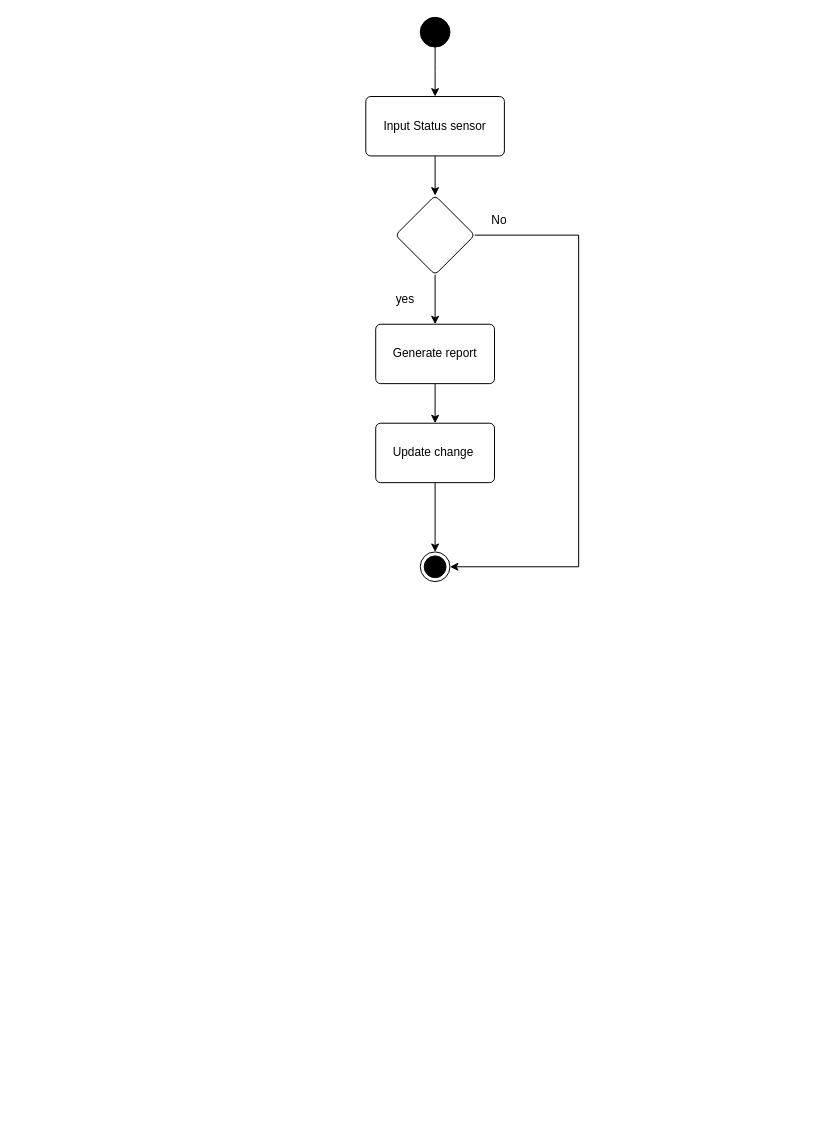
Above: page "Report Management AD" (7 of 11) of doc/PSM.drawio in SNFASA/AI-Fire-Monitoring-System (draw.io), before the change. Source tidied: cells renumbered, new cells numbered last; positions are measured from the earlier drawing's top-left corner, leaving out a move shared by most shapes. Both pictures are drawn from the tidied source at 99%, with x=0, y=0 at pixel (365, 17).
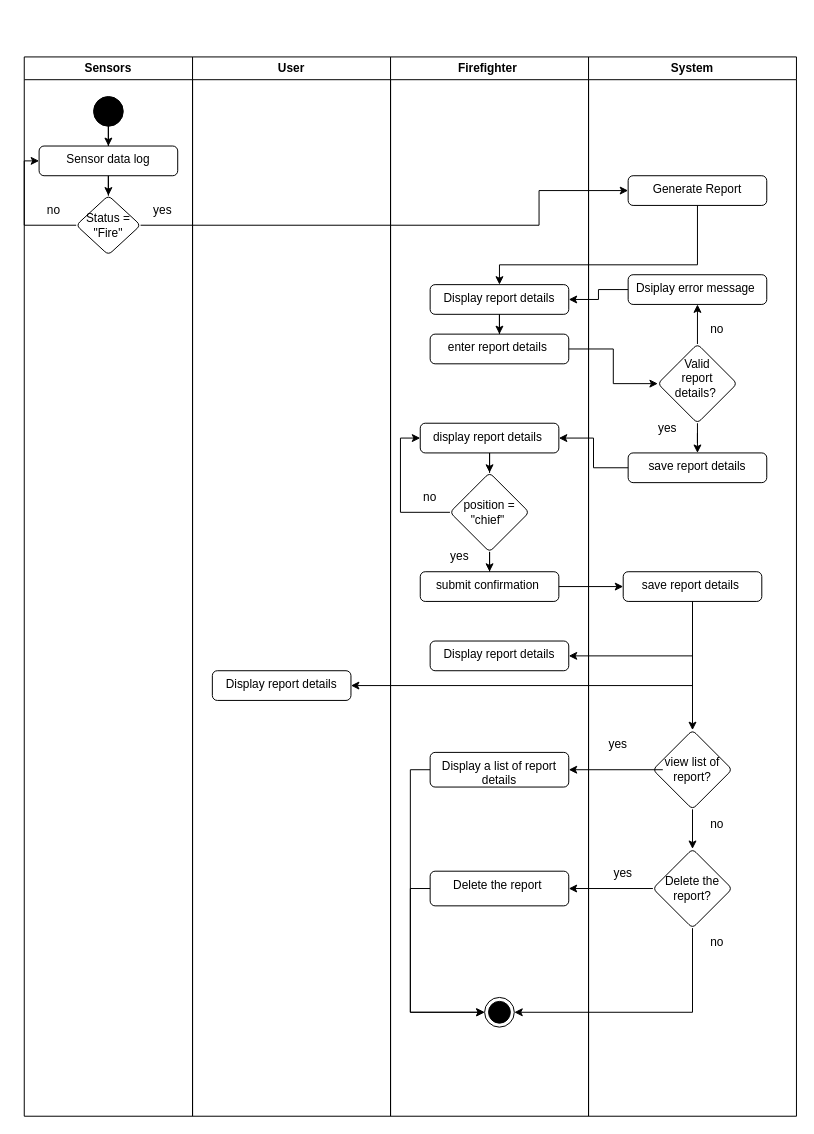
The same diagram, later.

The edit, as a diff of the source:
```diff
@@
-    <mxCell id="2" style="edgeStyle=orthogonalEdgeStyle;rounded=0;jettySize=auto;html=1;" parent="1" edge="1" source="3">
-      <mxGeometry relative="1" as="geometry">
-        <mxPoint x="70" y="80" as="targetPoint" />
-      </mxGeometry>
-    </mxCell>
-    <mxCell id="3" style="ellipse;fillColor=strokeColor;html=1;" parent="1" vertex="1">
-      <mxGeometry x="55" width="30" height="30" as="geometry" />
-    </mxCell>
-    <mxCell id="4" style="edgeStyle=orthogonalEdgeStyle;rounded=0;jettySize=auto;html=1;" parent="1" edge="1" source="5" target="8">
-      <mxGeometry relative="1" as="geometry" />
-    </mxCell>
-    <mxCell id="5" value="Input Status sensor" style="html=1;align=center;verticalAlign=middle;rounded=1;absoluteArcSize=1;arcSize=10;dashed=0;whiteSpace=wrap;" parent="1" vertex="1">
-      <mxGeometry y="80" width="140" height="60" as="geometry" />
-    </mxCell>
-    <mxCell id="6" style="edgeStyle=orthogonalEdgeStyle;rounded=0;jettySize=auto;html=1;" parent="1" edge="1" source="8" target="10">
-      <mxGeometry relative="1" as="geometry" />
-    </mxCell>
-    <mxCell id="7" style="edgeStyle=orthogonalEdgeStyle;rounded=0;jettySize=auto;html=1;entryX=1;entryY=0.5;entryDx=0;entryDy=0;" parent="1" edge="1" source="8" target="12">
-      <mxGeometry relative="1" as="geometry">
-        <Array as="points">
-          <mxPoint x="215" y="220" />
-          <mxPoint x="215" y="555" />
-        </Array>
-      </mxGeometry>
-    </mxCell>
-    <mxCell id="8" style="rhombus;whiteSpace=wrap;html=1;rounded=1;absoluteArcSize=1;arcSize=10;dashed=0;" parent="1" vertex="1">
-      <mxGeometry x="30" y="180" width="80" height="80" as="geometry" />
-    </mxCell>
-    <mxCell id="9" style="edgeStyle=orthogonalEdgeStyle;rounded=0;jettySize=auto;html=1;" parent="1" edge="1" source="10" target="14">
-      <mxGeometry relative="1" as="geometry" />
-    </mxCell>
-    <mxCell id="10" value="Generate report" style="whiteSpace=wrap;html=1;rounded=1;absoluteArcSize=1;arcSize=10;dashed=0;" parent="1" vertex="1">
-      <mxGeometry x="10" y="310" width="120" height="60" as="geometry" />
-    </mxCell>
-    <mxCell id="11" value="yes" style="text;html=1;whiteSpace=wrap;strokeColor=none;fillColor=none;align=center;verticalAlign=middle;rounded=0;" parent="1" vertex="1">
-      <mxGeometry x="10" y="270" width="60" height="30" as="geometry" />
-    </mxCell>
-    <mxCell id="12" style="ellipse;html=1;shape=endState;fillColor=strokeColor;" parent="1" vertex="1">
-      <mxGeometry x="55" y="540" width="30" height="30" as="geometry" />
-    </mxCell>
-    <mxCell id="13" style="edgeStyle=orthogonalEdgeStyle;rounded=0;jettySize=auto;html=1;" parent="1" edge="1" source="14" target="12">
-      <mxGeometry relative="1" as="geometry" />
-    </mxCell>
-    <mxCell id="14" value="Update change&amp;nbsp;" style="whiteSpace=wrap;html=1;rounded=1;absoluteArcSize=1;arcSize=10;dashed=0;" parent="1" vertex="1">
-      <mxGeometry x="10" y="410" width="120" height="60" as="geometry" />
-    </mxCell>
-    <mxCell id="15" value="No" style="text;html=1;whiteSpace=wrap;strokeColor=none;fillColor=none;align=center;verticalAlign=middle;rounded=0;" parent="1" vertex="1">
-      <mxGeometry x="105" y="190" width="60" height="30" as="geometry" />
-    </mxCell>
+    <mxCell id="16" value="Sensors" style="swimlane;whiteSpace=wrap;html=1;" parent="1" vertex="1">
+      <mxGeometry x="-345" y="40" width="170" height="1070" as="geometry" />
+    </mxCell>
+    <mxCell id="17" style="edgeStyle=orthogonalEdgeStyle;rounded=0;jettySize=auto;html=1;" parent="16" edge="1" source="18" target="20">
+      <mxGeometry relative="1" as="geometry" />
+    </mxCell>
+    <mxCell id="18" style="ellipse;fillColor=strokeColor;html=1;" parent="16" vertex="1">
+      <mxGeometry x="70" y="40" width="30" height="30" as="geometry" />
+    </mxCell>
+    <mxCell id="19" style="edgeStyle=orthogonalEdgeStyle;rounded=0;jettySize=auto;html=1;" parent="16" edge="1" source="20" target="22">
+      <mxGeometry relative="1" as="geometry" />
+    </mxCell>
+    <mxCell id="20" value="Sensor data log" style="html=1;align=center;verticalAlign=top;rounded=1;absoluteArcSize=1;arcSize=10;dashed=0;whiteSpace=wrap;" parent="16" vertex="1">
+      <mxGeometry x="15" y="90" width="140" height="30" as="geometry" />
+    </mxCell>
+    <mxCell id="21" style="edgeStyle=orthogonalEdgeStyle;rounded=0;jettySize=auto;html=1;entryX=0;entryY=0.5;entryDx=0;entryDy=0;" parent="16" edge="1" source="22" target="20">
+      <mxGeometry relative="1" as="geometry">
+        <Array as="points">
+          <mxPoint y="170" />
+          <mxPoint y="105" />
+        </Array>
+      </mxGeometry>
+    </mxCell>
+    <mxCell id="22" style="rhombus;whiteSpace=wrap;html=1;verticalAlign=top;rounded=1;absoluteArcSize=1;arcSize=10;dashed=0;" parent="16" vertex="1">
+      <mxGeometry x="52.5" y="140" width="65" height="60" as="geometry" />
+    </mxCell>
+    <mxCell id="23" value="&lt;span style=&quot;caret-color: rgba(0, 0, 0, 0);&quot;&gt;Status = &quot;Fire&quot;&lt;/span&gt;" style="text;html=1;whiteSpace=wrap;strokeColor=none;fillColor=none;align=center;verticalAlign=middle;rounded=0;" parent="16" vertex="1">
+      <mxGeometry x="55" y="155" width="60" height="30" as="geometry" />
+    </mxCell>
+    <mxCell id="24" value="yes" style="text;html=1;whiteSpace=wrap;strokeColor=none;fillColor=none;align=center;verticalAlign=middle;rounded=0;" parent="16" vertex="1">
+      <mxGeometry x="110" y="140" width="60" height="30" as="geometry" />
+    </mxCell>
+    <mxCell id="25" value="no" style="text;html=1;whiteSpace=wrap;strokeColor=none;fillColor=none;align=center;verticalAlign=middle;rounded=0;" parent="16" vertex="1">
+      <mxGeometry y="140" width="60" height="30" as="geometry" />
+    </mxCell>
+    <mxCell id="26" value="User" style="swimlane;whiteSpace=wrap;html=1;" parent="1" vertex="1">
+      <mxGeometry x="-175" y="40" width="200" height="1070" as="geometry" />
+    </mxCell>
+    <mxCell id="27" value="Display report details" style="html=1;align=center;verticalAlign=top;rounded=1;absoluteArcSize=1;arcSize=10;dashed=0;whiteSpace=wrap;" parent="26" vertex="1">
+      <mxGeometry x="20" y="620" width="140" height="30" as="geometry" />
+    </mxCell>
+    <mxCell id="28" value="Firefighter&amp;nbsp;" style="swimlane;whiteSpace=wrap;html=1;" parent="1" vertex="1">
+      <mxGeometry x="25" y="40" width="200" height="1070" as="geometry" />
+    </mxCell>
+    <mxCell id="29" style="edgeStyle=orthogonalEdgeStyle;rounded=0;jettySize=auto;html=1;" parent="28" edge="1" source="30" target="31">
+      <mxGeometry relative="1" as="geometry" />
+    </mxCell>
+    <mxCell id="30" value="Display report details" style="html=1;align=center;verticalAlign=top;rounded=1;absoluteArcSize=1;arcSize=10;dashed=0;whiteSpace=wrap;" parent="28" vertex="1">
+      <mxGeometry x="40" y="230" width="140" height="30" as="geometry" />
+    </mxCell>
+    <mxCell id="31" value="enter report details&amp;nbsp;" style="html=1;align=center;verticalAlign=top;rounded=1;absoluteArcSize=1;arcSize=10;dashed=0;whiteSpace=wrap;" parent="28" vertex="1">
+      <mxGeometry x="40" y="280" width="140" height="30" as="geometry" />
+    </mxCell>
+    <mxCell id="32" style="edgeStyle=orthogonalEdgeStyle;rounded=0;jettySize=auto;html=1;" parent="28" edge="1" source="33" target="36">
+      <mxGeometry relative="1" as="geometry" />
+    </mxCell>
+    <mxCell id="33" value="display report details&amp;nbsp;" style="html=1;align=center;verticalAlign=top;rounded=1;absoluteArcSize=1;arcSize=10;dashed=0;whiteSpace=wrap;" parent="28" vertex="1">
+      <mxGeometry x="30" y="370" width="140" height="30" as="geometry" />
+    </mxCell>
+    <mxCell id="34" style="edgeStyle=orthogonalEdgeStyle;rounded=0;jettySize=auto;html=1;" parent="28" edge="1" source="36" target="38">
+      <mxGeometry relative="1" as="geometry" />
+    </mxCell>
+    <mxCell id="35" style="edgeStyle=orthogonalEdgeStyle;rounded=0;jettySize=auto;html=1;entryX=0;entryY=0.5;entryDx=0;entryDy=0;" parent="28" edge="1" source="36" target="33">
+      <mxGeometry relative="1" as="geometry">
+        <Array as="points">
+          <mxPoint x="10" y="460" />
+          <mxPoint x="10" y="385" />
+        </Array>
+      </mxGeometry>
+    </mxCell>
+    <mxCell id="36" style="rhombus;whiteSpace=wrap;html=1;verticalAlign=top;rounded=1;absoluteArcSize=1;arcSize=10;dashed=0;" parent="28" vertex="1">
+      <mxGeometry x="60" y="420" width="80" height="80" as="geometry" />
+    </mxCell>
+    <mxCell id="37" value="&lt;span style=&quot;caret-color: rgba(0, 0, 0, 0);&quot;&gt;position = &quot;chief&quot;&amp;nbsp;&lt;/span&gt;" style="text;html=1;whiteSpace=wrap;strokeColor=none;fillColor=none;align=center;verticalAlign=middle;rounded=0;" parent="28" vertex="1">
+      <mxGeometry x="70" y="445" width="60" height="30" as="geometry" />
+    </mxCell>
+    <mxCell id="38" value="submit confirmation&amp;nbsp;" style="html=1;align=center;verticalAlign=top;rounded=1;absoluteArcSize=1;arcSize=10;dashed=0;whiteSpace=wrap;" parent="28" vertex="1">
+      <mxGeometry x="30" y="520" width="140" height="30" as="geometry" />
+    </mxCell>
+    <mxCell id="39" value="Display report details" style="html=1;align=center;verticalAlign=top;rounded=1;absoluteArcSize=1;arcSize=10;dashed=0;whiteSpace=wrap;" parent="28" vertex="1">
+      <mxGeometry x="40" y="590" width="140" height="30" as="geometry" />
+    </mxCell>
+    <mxCell id="40" style="edgeStyle=orthogonalEdgeStyle;rounded=0;jettySize=auto;html=1;" parent="28" edge="1" source="41" target="44">
+      <mxGeometry relative="1" as="geometry">
+        <Array as="points">
+          <mxPoint x="20" y="720" />
+          <mxPoint x="20" y="965" />
+        </Array>
+      </mxGeometry>
+    </mxCell>
+    <mxCell id="41" value="Display a list of report details" style="html=1;align=center;verticalAlign=top;rounded=1;absoluteArcSize=1;arcSize=10;dashed=0;whiteSpace=wrap;" parent="28" vertex="1">
+      <mxGeometry x="40" y="702.5" width="140" height="35" as="geometry" />
+    </mxCell>
+    <mxCell id="42" style="edgeStyle=orthogonalEdgeStyle;rounded=0;jettySize=auto;html=1;exitX=0;exitY=0.5;exitDx=0;exitDy=0;entryX=0;entryY=0.5;entryDx=0;entryDy=0;" parent="28" edge="1" source="43" target="44">
+      <mxGeometry relative="1" as="geometry" />
+    </mxCell>
+    <mxCell id="43" value="Delete the report&amp;nbsp;" style="html=1;align=center;verticalAlign=top;rounded=1;absoluteArcSize=1;arcSize=10;dashed=0;whiteSpace=wrap;" parent="28" vertex="1">
+      <mxGeometry x="40" y="822.5" width="140" height="35" as="geometry" />
+    </mxCell>
+    <mxCell id="44" style="ellipse;html=1;shape=endState;fillColor=strokeColor;" parent="28" vertex="1">
+      <mxGeometry x="95" y="950" width="30" height="30" as="geometry" />
+    </mxCell>
+    <mxCell id="45" value="yes" style="text;html=1;whiteSpace=wrap;strokeColor=none;fillColor=none;align=center;verticalAlign=middle;rounded=0;" parent="28" vertex="1">
+      <mxGeometry x="40" y="490" width="60" height="30" as="geometry" />
+    </mxCell>
+    <mxCell id="46" value="no" style="text;html=1;whiteSpace=wrap;strokeColor=none;fillColor=none;align=center;verticalAlign=middle;rounded=0;" parent="28" vertex="1">
+      <mxGeometry x="10" y="430" width="60" height="30" as="geometry" />
+    </mxCell>
+    <mxCell id="47" value="System" style="swimlane;whiteSpace=wrap;html=1;" parent="1" vertex="1">
+      <mxGeometry x="225" y="40" width="210" height="1070" as="geometry" />
+    </mxCell>
+    <mxCell id="48" value="Generate Report" style="html=1;align=center;verticalAlign=top;rounded=1;absoluteArcSize=1;arcSize=10;dashed=0;whiteSpace=wrap;" parent="47" vertex="1">
+      <mxGeometry x="40" y="120" width="140" height="30" as="geometry" />
+    </mxCell>
+    <mxCell id="49" style="edgeStyle=orthogonalEdgeStyle;rounded=0;jettySize=auto;html=1;" parent="47" edge="1" source="51" target="52">
+      <mxGeometry relative="1" as="geometry" />
+    </mxCell>
+    <mxCell id="50" style="edgeStyle=orthogonalEdgeStyle;rounded=0;jettySize=auto;html=1;" parent="47" edge="1" source="51" target="64">
+      <mxGeometry relative="1" as="geometry" />
+    </mxCell>
+    <mxCell id="51" style="rhombus;whiteSpace=wrap;html=1;verticalAlign=top;rounded=1;absoluteArcSize=1;arcSize=10;dashed=0;" parent="47" vertex="1">
+      <mxGeometry x="70" y="290" width="80" height="80" as="geometry" />
+    </mxCell>
+    <mxCell id="52" value="save report details" style="html=1;align=center;verticalAlign=top;rounded=1;absoluteArcSize=1;arcSize=10;dashed=0;whiteSpace=wrap;" parent="47" vertex="1">
+      <mxGeometry x="40" y="400" width="140" height="30" as="geometry" />
+    </mxCell>
+    <mxCell id="53" value="&lt;span style=&quot;caret-color: rgba(0, 0, 0, 0);&quot;&gt;Valid report details?&amp;nbsp;&lt;/span&gt;" style="text;html=1;whiteSpace=wrap;strokeColor=none;fillColor=none;align=center;verticalAlign=middle;rounded=0;" parent="47" vertex="1">
+      <mxGeometry x="80" y="310" width="60" height="30" as="geometry" />
+    </mxCell>
+    <mxCell id="54" style="edgeStyle=orthogonalEdgeStyle;rounded=0;jettySize=auto;html=1;" parent="47" edge="1" source="55" target="57">
+      <mxGeometry relative="1" as="geometry" />
+    </mxCell>
+    <mxCell id="55" value="save report details&amp;nbsp;" style="html=1;align=center;verticalAlign=top;rounded=1;absoluteArcSize=1;arcSize=10;dashed=0;whiteSpace=wrap;" parent="47" vertex="1">
+      <mxGeometry x="35" y="520" width="140" height="30" as="geometry" />
+    </mxCell>
+    <mxCell id="56" style="edgeStyle=orthogonalEdgeStyle;rounded=0;jettySize=auto;html=1;" parent="47" edge="1" source="57" target="59">
+      <mxGeometry relative="1" as="geometry" />
+    </mxCell>
+    <mxCell id="57" style="rhombus;whiteSpace=wrap;html=1;verticalAlign=top;rounded=1;absoluteArcSize=1;arcSize=10;dashed=0;" parent="47" vertex="1">
+      <mxGeometry x="65" y="680" width="80" height="80" as="geometry" />
+    </mxCell>
+    <mxCell id="58" value="&lt;span style=&quot;caret-color: rgba(0, 0, 0, 0);&quot;&gt;view list of report?&lt;/span&gt;" style="text;html=1;whiteSpace=wrap;strokeColor=none;fillColor=none;align=center;verticalAlign=middle;rounded=0;" parent="47" vertex="1">
+      <mxGeometry x="75" y="705" width="60" height="30" as="geometry" />
+    </mxCell>
+    <mxCell id="59" style="rhombus;whiteSpace=wrap;html=1;verticalAlign=top;rounded=1;absoluteArcSize=1;arcSize=10;dashed=0;" parent="47" vertex="1">
+      <mxGeometry x="65" y="800" width="80" height="80" as="geometry" />
+    </mxCell>
+    <mxCell id="60" value="&lt;span style=&quot;caret-color: rgba(0, 0, 0, 0);&quot;&gt;Delete the report?&lt;/span&gt;" style="text;html=1;whiteSpace=wrap;strokeColor=none;fillColor=none;align=center;verticalAlign=middle;rounded=0;" parent="47" vertex="1">
+      <mxGeometry x="75" y="825" width="60" height="30" as="geometry" />
+    </mxCell>
+    <mxCell id="61" value="yes" style="text;html=1;whiteSpace=wrap;strokeColor=none;fillColor=none;align=center;verticalAlign=middle;rounded=0;" parent="47" vertex="1">
+      <mxGeometry x="50" y="360" width="60" height="30" as="geometry" />
+    </mxCell>
+    <mxCell id="62" value="yes" style="text;html=1;whiteSpace=wrap;strokeColor=none;fillColor=none;align=center;verticalAlign=middle;rounded=0;" parent="47" vertex="1">
+      <mxGeometry x="5" y="810" width="60" height="30" as="geometry" />
+    </mxCell>
+    <mxCell id="63" value="yes" style="text;html=1;whiteSpace=wrap;strokeColor=none;fillColor=none;align=center;verticalAlign=middle;rounded=0;" parent="47" vertex="1">
+      <mxGeometry y="680" width="60" height="30" as="geometry" />
+    </mxCell>
+    <mxCell id="64" value="Dsiplay error message&amp;nbsp;&lt;div&gt;&lt;br&gt;&lt;/div&gt;" style="html=1;align=center;verticalAlign=top;rounded=1;absoluteArcSize=1;arcSize=10;dashed=0;whiteSpace=wrap;" parent="47" vertex="1">
+      <mxGeometry x="40" y="220" width="140" height="30" as="geometry" />
+    </mxCell>
+    <mxCell id="65" value="no" style="text;html=1;whiteSpace=wrap;strokeColor=none;fillColor=none;align=center;verticalAlign=middle;rounded=0;" parent="47" vertex="1">
+      <mxGeometry x="100" y="260" width="60" height="30" as="geometry" />
+    </mxCell>
+    <mxCell id="66" value="no" style="text;html=1;whiteSpace=wrap;strokeColor=none;fillColor=none;align=center;verticalAlign=middle;rounded=0;" parent="47" vertex="1">
+      <mxGeometry x="100" y="760" width="60" height="30" as="geometry" />
+    </mxCell>
+    <mxCell id="67" value="no" style="text;html=1;whiteSpace=wrap;strokeColor=none;fillColor=none;align=center;verticalAlign=middle;rounded=0;" parent="47" vertex="1">
+      <mxGeometry x="100" y="880" width="60" height="30" as="geometry" />
+    </mxCell>
+    <mxCell id="68" style="edgeStyle=orthogonalEdgeStyle;rounded=0;jettySize=auto;html=1;" parent="1" edge="1" source="48" target="30">
+      <mxGeometry relative="1" as="geometry">
+        <Array as="points">
+          <mxPoint x="335" y="250" />
+          <mxPoint x="135" y="250" />
+        </Array>
+      </mxGeometry>
+    </mxCell>
+    <mxCell id="69" style="edgeStyle=orthogonalEdgeStyle;rounded=0;jettySize=auto;html=1;" parent="1" edge="1" source="31" target="51">
+      <mxGeometry relative="1" as="geometry" />
+    </mxCell>
+    <mxCell id="70" style="edgeStyle=orthogonalEdgeStyle;rounded=0;jettySize=auto;html=1;" parent="1" edge="1" source="52" target="33">
+      <mxGeometry relative="1" as="geometry" />
+    </mxCell>
+    <mxCell id="71" style="edgeStyle=orthogonalEdgeStyle;rounded=0;jettySize=auto;html=1;" parent="1" edge="1" source="38" target="55">
+      <mxGeometry relative="1" as="geometry" />
+    </mxCell>
+    <mxCell id="72" style="endArrow=classic;html=1;rounded=0;exitX=0.5;exitY=1;exitDx=0;exitDy=0;entryX=1;entryY=0.5;entryDx=0;entryDy=0;" parent="1" edge="1" source="55" target="39">
+      <mxGeometry relative="1" as="geometry">
+        <Array as="points">
+          <mxPoint x="330" y="645" />
+        </Array>
+      </mxGeometry>
+    </mxCell>
+    <mxCell id="73" style="endArrow=classic;html=1;rounded=0;exitX=0.5;exitY=1;exitDx=0;exitDy=0;entryX=1;entryY=0.5;entryDx=0;entryDy=0;" parent="1" edge="1" source="55" target="27">
+      <mxGeometry relative="1" as="geometry">
+        <Array as="points">
+          <mxPoint x="330" y="675" />
+        </Array>
+      </mxGeometry>
+    </mxCell>
+    <mxCell id="74" style="edgeStyle=orthogonalEdgeStyle;rounded=0;jettySize=auto;html=1;" parent="1" edge="1" source="58" target="41">
+      <mxGeometry relative="1" as="geometry" />
+    </mxCell>
+    <mxCell id="75" style="edgeStyle=orthogonalEdgeStyle;rounded=0;jettySize=auto;html=1;" parent="1" edge="1" source="59" target="43">
+      <mxGeometry relative="1" as="geometry" />
+    </mxCell>
+    <mxCell id="76" style="edgeStyle=orthogonalEdgeStyle;rounded=0;jettySize=auto;html=1;entryX=1;entryY=0.5;entryDx=0;entryDy=0;" parent="1" edge="1" source="59" target="44">
+      <mxGeometry relative="1" as="geometry">
+        <Array as="points">
+          <mxPoint x="330" y="1005" />
+        </Array>
+      </mxGeometry>
+    </mxCell>
+    <mxCell id="77" style="endArrow=classic;html=1;rounded=0;exitX=1;exitY=0.5;exitDx=0;exitDy=0;entryX=0;entryY=0.5;entryDx=0;entryDy=0;" parent="1" edge="1" source="22" target="48">
+      <mxGeometry relative="1" as="geometry">
+        <Array as="points">
+          <mxPoint x="175" y="210" />
+          <mxPoint x="175" y="175" />
+        </Array>
+      </mxGeometry>
+    </mxCell>
+    <mxCell id="78" style="edgeStyle=orthogonalEdgeStyle;rounded=0;jettySize=auto;html=1;" parent="1" edge="1" source="64" target="30">
+      <mxGeometry relative="1" as="geometry" />
+    </mxCell>
```
